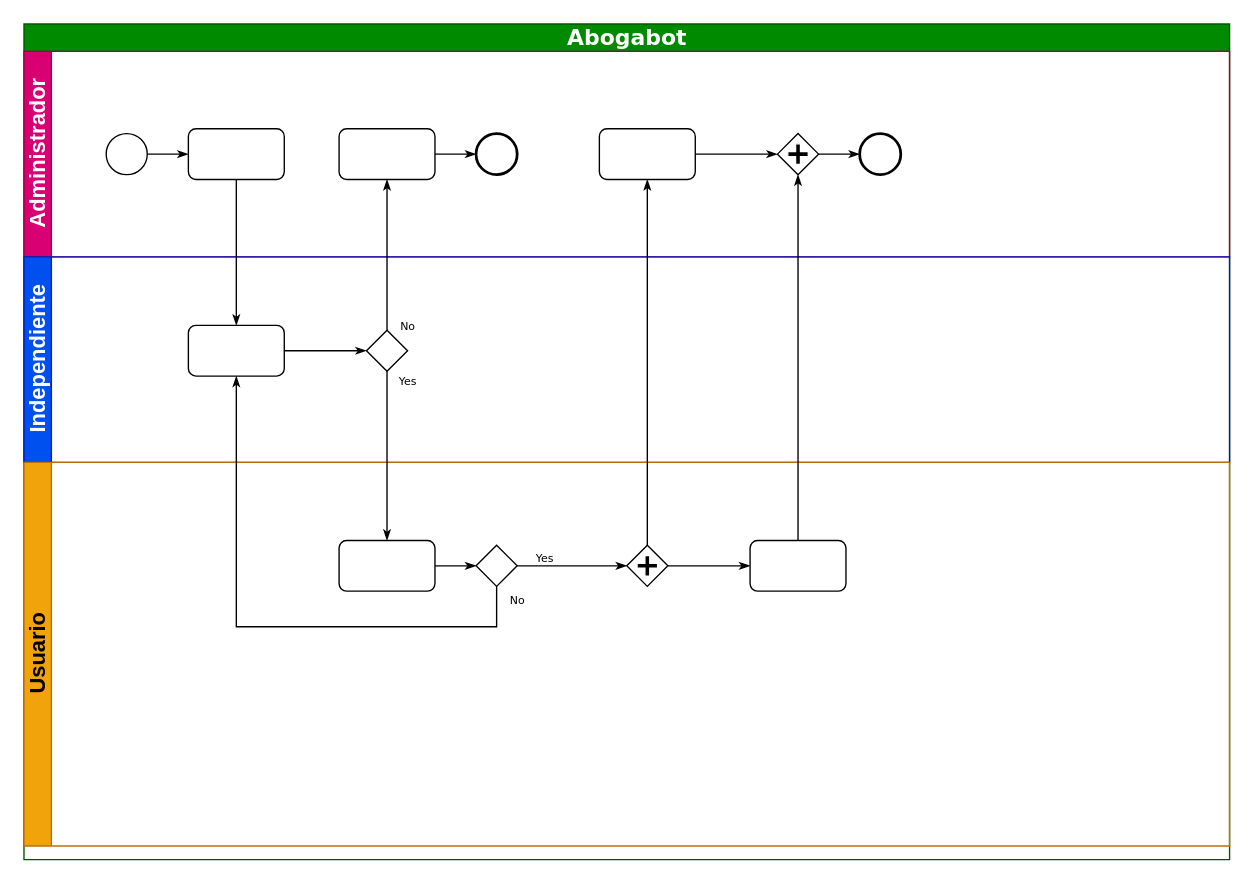
Above: 01 Programación FrontEnd/01 Toma de requerimientos/Diagrama.drawio in AlamMancera/Mision_FrontEnd (draw.io), before the change. Source tidied: cells renumbered, new cells numbered last; positions are measured from the earlier drawing's top-left corner, leaving out a move shared by most shapes. Both pictures are drawn from the tidied source at 137%, with x=0, y=0 at pixel (23, 23).
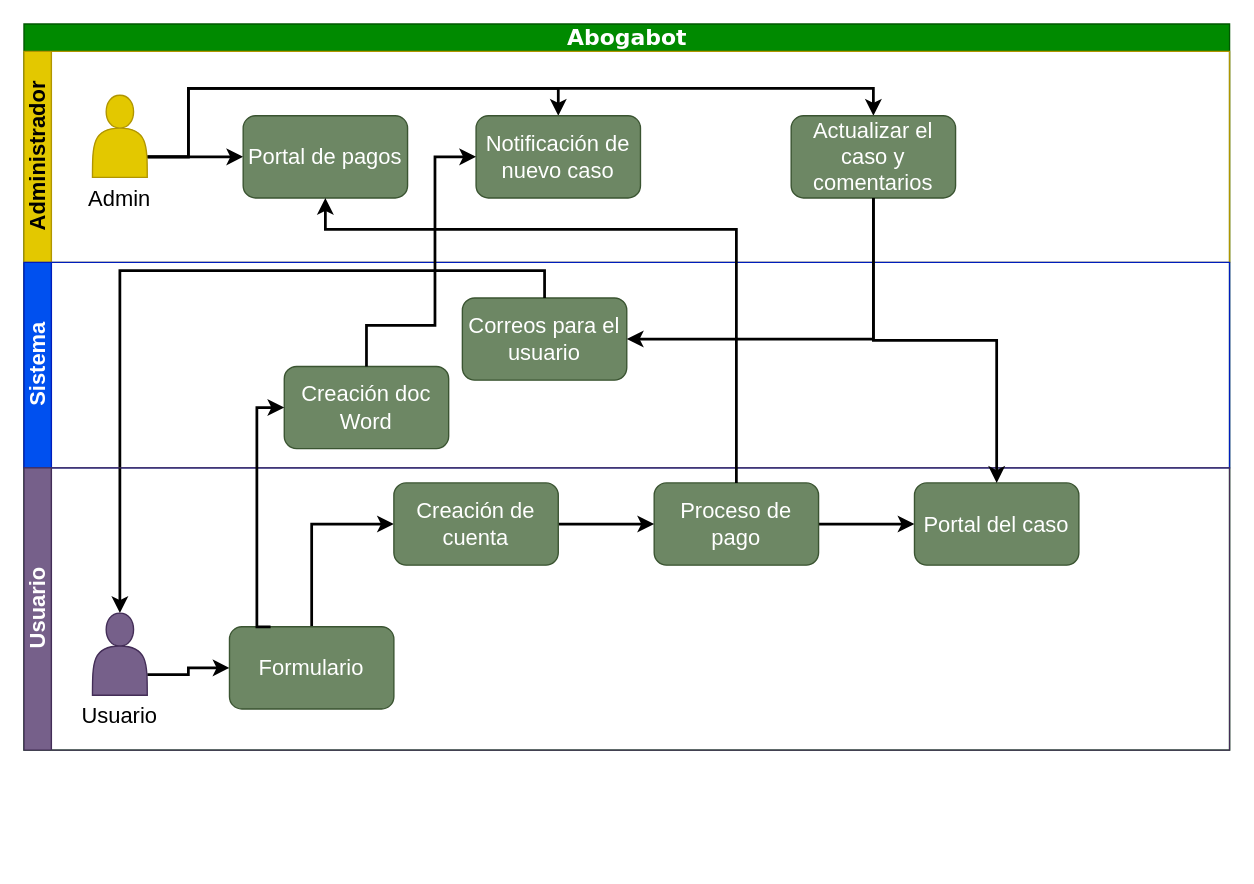
The same page after the edit.

Diff of the diagram source:
```diff
@@
     <mxCell id="2" value="&lt;font style=&quot;font-size: 16px&quot;&gt;Abogabot&lt;/font&gt;" style="swimlane;html=1;horizontal=1;startSize=20;rounded=0;shadow=0;labelBackgroundColor=none;strokeWidth=1;fontFamily=Verdana;fontSize=12;align=center;fillColor=#008a00;fontColor=#ffffff;strokeColor=#005700;" parent="1" vertex="1">
-      <mxGeometry width="880" height="610" as="geometry" />
+      <mxGeometry width="880" height="530" as="geometry" />
     </mxCell>
-    <mxCell id="3" value="&lt;font style=&quot;font-size: 16px&quot;&gt;Administrador&lt;/font&gt;" style="swimlane;html=1;startSize=20;horizontal=0;fillColor=#d80073;fontColor=#ffffff;strokeColor=#A50040;" parent="2" vertex="1">
-      <mxGeometry y="20" width="880" height="150" as="geometry" />
+    <mxCell id="3" value="&lt;font style=&quot;font-size: 16px&quot;&gt;Administrador&lt;/font&gt;" style="swimlane;html=1;startSize=20;horizontal=0;fillColor=#e3c800;fontColor=#000000;strokeColor=#B09500;" parent="2" vertex="1">
+      <mxGeometry y="20" width="880" height="154" as="geometry" />
     </mxCell>
-    <mxCell id="4" style="edgeStyle=orthogonalEdgeStyle;rounded=0;html=1;labelBackgroundColor=none;startArrow=none;startFill=0;startSize=5;endArrow=classicThin;endFill=1;endSize=5;jettySize=auto;strokeWidth=1;fontFamily=Verdana;fontSize=8;" parent="3" edge="1" source="5" target="6">
-      <mxGeometry relative="1" as="geometry" />
-    </mxCell>
-    <mxCell id="5" style="ellipse;whiteSpace=wrap;html=1;rounded=0;shadow=0;labelBackgroundColor=none;strokeWidth=1;fontFamily=Verdana;fontSize=8;align=center;" parent="3" vertex="1">
-      <mxGeometry x="60" y="60" width="30" height="30" as="geometry" />
-    </mxCell>
-    <mxCell id="6" style="rounded=1;whiteSpace=wrap;html=1;shadow=0;labelBackgroundColor=none;strokeWidth=1;fontFamily=Verdana;fontSize=8;align=center;" parent="3" vertex="1">
-      <mxGeometry x="120" y="56.5" width="70" height="37" as="geometry" />
-    </mxCell>
-    <mxCell id="7" style="edgeStyle=orthogonalEdgeStyle;rounded=0;html=1;labelBackgroundColor=none;startArrow=none;startFill=0;startSize=5;endArrow=classicThin;endFill=1;endSize=5;jettySize=auto;strokeWidth=1;fontFamily=Verdana;fontSize=8;" parent="3" edge="1" source="8" target="9">
-      <mxGeometry relative="1" as="geometry" />
-    </mxCell>
-    <mxCell id="8" style="rounded=1;whiteSpace=wrap;html=1;shadow=0;labelBackgroundColor=none;strokeWidth=1;fontFamily=Verdana;fontSize=8;align=center;" parent="3" vertex="1">
-      <mxGeometry x="230" y="56.5" width="70" height="37" as="geometry" />
-    </mxCell>
-    <mxCell id="9" style="ellipse;whiteSpace=wrap;html=1;rounded=0;shadow=0;labelBackgroundColor=none;strokeWidth=2;fontFamily=Verdana;fontSize=8;align=center;" parent="3" vertex="1">
-      <mxGeometry x="330" y="60" width="30" height="30" as="geometry" />
-    </mxCell>
-    <mxCell id="10" style="edgeStyle=orthogonalEdgeStyle;rounded=0;html=1;entryX=0;entryY=0.5;labelBackgroundColor=none;startArrow=none;startFill=0;startSize=5;endArrow=classicThin;endFill=1;endSize=5;jettySize=auto;strokeWidth=1;fontFamily=Verdana;fontSize=8;" parent="3" edge="1" source="11" target="13">
-      <mxGeometry relative="1" as="geometry" />
-    </mxCell>
-    <mxCell id="11" style="rounded=1;whiteSpace=wrap;html=1;shadow=0;labelBackgroundColor=none;strokeWidth=1;fontFamily=Verdana;fontSize=8;align=center;" parent="3" vertex="1">
-      <mxGeometry x="420" y="56.5" width="70" height="37" as="geometry" />
-    </mxCell>
-    <mxCell id="12" style="edgeStyle=orthogonalEdgeStyle;rounded=0;html=1;labelBackgroundColor=none;startArrow=none;startFill=0;startSize=5;endArrow=classicThin;endFill=1;endSize=5;jettySize=auto;strokeWidth=1;fontFamily=Verdana;fontSize=8;" parent="3" edge="1" source="13" target="14">
-      <mxGeometry relative="1" as="geometry" />
-    </mxCell>
-    <mxCell id="13" style="shape=mxgraph.bpmn.shape;html=1;verticalLabelPosition=bottom;labelBackgroundColor=#ffffff;verticalAlign=top;perimeter=rhombusPerimeter;background=gateway;outline=none;symbol=parallelGw;rounded=1;shadow=0;strokeWidth=1;fontFamily=Verdana;fontSize=8;align=center;" parent="3" vertex="1">
-      <mxGeometry x="550" y="60" width="30" height="30" as="geometry" />
-    </mxCell>
-    <mxCell id="14" style="ellipse;whiteSpace=wrap;html=1;rounded=0;shadow=0;labelBackgroundColor=none;strokeWidth=2;fontFamily=Verdana;fontSize=8;align=center;" parent="3" vertex="1">
-      <mxGeometry x="610" y="60" width="30" height="30" as="geometry" />
-    </mxCell>
+    <mxCell id="33" style="edgeStyle=orthogonalEdgeStyle;rounded=0;jettySize=auto;html=1;exitX=1;exitY=0.75;exitDx=0;exitDy=0;entryX=0;entryY=0.5;entryDx=0;entryDy=0;fontSize=16;strokeWidth=2;" parent="3" edge="1" source="36" target="38">
+      <mxGeometry relative="1" as="geometry" />
+    </mxCell>
+    <mxCell id="34" style="edgeStyle=orthogonalEdgeStyle;rounded=0;jettySize=auto;html=1;exitX=1;exitY=0.75;exitDx=0;exitDy=0;entryX=0.5;entryY=0;entryDx=0;entryDy=0;fontSize=16;strokeWidth=2;" parent="3" edge="1" source="36" target="39">
+      <mxGeometry relative="1" as="geometry">
+        <Array as="points">
+          <mxPoint x="120" y="77" />
+          <mxPoint x="120" y="27" />
+          <mxPoint x="390" y="27" />
+        </Array>
+      </mxGeometry>
+    </mxCell>
+    <mxCell id="35" style="edgeStyle=orthogonalEdgeStyle;rounded=0;jettySize=auto;html=1;exitX=1;exitY=0.75;exitDx=0;exitDy=0;entryX=0.5;entryY=0;entryDx=0;entryDy=0;fontSize=16;strokeWidth=2;" parent="3" edge="1" source="36" target="40">
+      <mxGeometry relative="1" as="geometry">
+        <Array as="points">
+          <mxPoint x="120" y="77" />
+          <mxPoint x="120" y="27" />
+          <mxPoint x="620" y="27" />
+        </Array>
+      </mxGeometry>
+    </mxCell>
+    <mxCell id="36" style="shape=actor;whiteSpace=wrap;html=1;fontSize=16;fillColor=#e3c800;fontColor=#000000;strokeColor=#B09500;" parent="3" vertex="1">
+      <mxGeometry x="50" y="32" width="40" height="60" as="geometry" />
+    </mxCell>
+    <mxCell id="37" value="Admin" style="text;html=1;strokeColor=none;fillColor=none;align=center;verticalAlign=middle;whiteSpace=wrap;rounded=0;fontSize=16;" parent="3" vertex="1">
+      <mxGeometry x="40" y="92" width="60" height="30" as="geometry" />
+    </mxCell>
+    <mxCell id="38" value="Portal de pagos" style="rounded=1;whiteSpace=wrap;html=1;fontSize=16;fillColor=#6d8764;fontColor=#ffffff;strokeColor=#3A5431;" parent="3" vertex="1">
+      <mxGeometry x="160" y="47" width="120" height="60" as="geometry" />
+    </mxCell>
+    <mxCell id="39" value="Notificación de nuevo caso" style="rounded=1;whiteSpace=wrap;html=1;fontSize=16;fillColor=#6d8764;fontColor=#ffffff;strokeColor=#3A5431;" parent="3" vertex="1">
+      <mxGeometry x="330" y="47" width="120" height="60" as="geometry" />
+    </mxCell>
+    <mxCell id="40" value="Actualizar el caso y comentarios" style="rounded=1;whiteSpace=wrap;html=1;fontSize=16;fillColor=#6d8764;fontColor=#ffffff;strokeColor=#3A5431;" parent="3" vertex="1">
+      <mxGeometry x="560" y="47" width="120" height="60" as="geometry" />
+    </mxCell>
-    <mxCell id="15" value="&lt;font style=&quot;font-size: 16px&quot;&gt;Independiente&lt;/font&gt;" style="swimlane;html=1;startSize=20;horizontal=0;fillColor=#0050ef;fontColor=#ffffff;strokeColor=#001DBC;" parent="2" vertex="1">
-      <mxGeometry y="170" width="880" height="150" as="geometry" />
+    <mxCell id="15" value="&lt;font style=&quot;font-size: 16px&quot;&gt;Sistema&lt;/font&gt;" style="swimlane;html=1;startSize=20;horizontal=0;fillColor=#0050ef;fontColor=#ffffff;strokeColor=#001DBC;" parent="2" vertex="1">
+      <mxGeometry y="174" width="880" height="150" as="geometry" />
     </mxCell>
-    <mxCell id="16" style="edgeStyle=orthogonalEdgeStyle;rounded=0;html=1;labelBackgroundColor=none;startArrow=none;startFill=0;startSize=5;endArrow=classicThin;endFill=1;endSize=5;jettySize=auto;strokeWidth=1;fontFamily=Verdana;fontSize=8;" parent="15" edge="1" source="17" target="18">
-      <mxGeometry relative="1" as="geometry" />
-    </mxCell>
-    <mxCell id="17" style="rounded=1;whiteSpace=wrap;html=1;shadow=0;labelBackgroundColor=none;strokeWidth=1;fontFamily=Verdana;fontSize=8;align=center;" parent="15" vertex="1">
-      <mxGeometry x="120" y="50" width="70" height="37" as="geometry" />
-    </mxCell>
-    <mxCell id="18" style="strokeWidth=1;html=1;shape=mxgraph.flowchart.decision;whiteSpace=wrap;rounded=1;shadow=0;labelBackgroundColor=none;fontFamily=Verdana;fontSize=8;align=center;" parent="15" vertex="1">
-      <mxGeometry x="250" y="53.5" width="30" height="30" as="geometry" />
-    </mxCell>
+    <mxCell id="41" value="Creación doc Word" style="rounded=1;whiteSpace=wrap;html=1;fontSize=16;fillColor=#6d8764;fontColor=#ffffff;strokeColor=#3A5431;" parent="15" vertex="1">
+      <mxGeometry x="190" y="76" width="120" height="60" as="geometry" />
+    </mxCell>
+    <mxCell id="42" value="Correos para el usuario" style="rounded=1;whiteSpace=wrap;html=1;fontSize=16;fillColor=#6d8764;fontColor=#ffffff;strokeColor=#3A5431;" parent="15" vertex="1">
+      <mxGeometry x="320" y="26" width="120" height="60" as="geometry" />
+    </mxCell>
+    <mxCell id="43" style="edgeStyle=orthogonalEdgeStyle;rounded=0;jettySize=auto;html=1;exitX=0.5;exitY=0;exitDx=0;exitDy=0;entryX=0.5;entryY=0;entryDx=0;entryDy=0;fontSize=16;strokeWidth=2;" parent="2" edge="1" source="42" target="45">
+      <mxGeometry relative="1" as="geometry" />
+    </mxCell>
-    <mxCell id="19" value="&lt;font style=&quot;font-size: 16px&quot;&gt;Usuario&lt;/font&gt;" style="swimlane;html=1;startSize=20;horizontal=0;fillColor=#f0a30a;fontColor=#000000;strokeColor=#BD7000;" parent="2" vertex="1">
-      <mxGeometry y="320" width="880" height="280" as="geometry" />
+    <mxCell id="19" value="&lt;font style=&quot;font-size: 16px&quot;&gt;Usuario&lt;/font&gt;" style="swimlane;html=1;startSize=20;horizontal=0;fillColor=#76608a;fontColor=#ffffff;strokeColor=#432D57;" parent="2" vertex="1">
+      <mxGeometry y="324" width="880" height="206" as="geometry" />
     </mxCell>
-    <mxCell id="20" style="edgeStyle=orthogonalEdgeStyle;rounded=0;html=1;labelBackgroundColor=none;startArrow=none;startFill=0;startSize=5;endArrow=classicThin;endFill=1;endSize=5;jettySize=auto;strokeWidth=1;fontFamily=Verdana;fontSize=8;" parent="19" edge="1" source="21" target="23">
-      <mxGeometry relative="1" as="geometry" />
-    </mxCell>
-    <mxCell id="21" style="rounded=1;whiteSpace=wrap;html=1;shadow=0;labelBackgroundColor=none;strokeWidth=1;fontFamily=Verdana;fontSize=8;align=center;" parent="19" vertex="1">
-      <mxGeometry x="230" y="57" width="70" height="37" as="geometry" />
-    </mxCell>
-    <mxCell id="22" value="Yes" style="edgeStyle=orthogonalEdgeStyle;rounded=0;html=1;entryX=0;entryY=0.5;labelBackgroundColor=none;startArrow=none;startFill=0;startSize=5;endArrow=classicThin;endFill=1;endSize=5;jettySize=auto;strokeWidth=1;fontFamily=Verdana;fontSize=8;" parent="19" edge="1" source="23" target="25">
-      <mxGeometry x="-0.5" y="6" relative="1" as="geometry" />
-    </mxCell>
-    <mxCell id="23" style="strokeWidth=1;html=1;shape=mxgraph.flowchart.decision;whiteSpace=wrap;rounded=1;shadow=0;labelBackgroundColor=none;fontFamily=Verdana;fontSize=8;align=center;" parent="19" vertex="1">
-      <mxGeometry x="330" y="60.5" width="30" height="30" as="geometry" />
-    </mxCell>
-    <mxCell id="24" style="edgeStyle=orthogonalEdgeStyle;rounded=0;html=1;labelBackgroundColor=none;startArrow=none;startFill=0;startSize=5;endArrow=classicThin;endFill=1;endSize=5;jettySize=auto;strokeColor=#000000;strokeWidth=1;fontFamily=Verdana;fontSize=8;fontColor=#000000;" parent="19" edge="1" source="25" target="26">
-      <mxGeometry relative="1" as="geometry" />
-    </mxCell>
-    <mxCell id="25" style="shape=mxgraph.bpmn.shape;html=1;verticalLabelPosition=bottom;labelBackgroundColor=#ffffff;verticalAlign=top;perimeter=rhombusPerimeter;background=gateway;outline=none;symbol=parallelGw;rounded=1;shadow=0;strokeWidth=1;fontFamily=Verdana;fontSize=8;align=center;" parent="19" vertex="1">
-      <mxGeometry x="440" y="60.5" width="30" height="30" as="geometry" />
-    </mxCell>
-    <mxCell id="26" style="rounded=1;whiteSpace=wrap;html=1;shadow=0;labelBackgroundColor=none;strokeWidth=1;fontFamily=Verdana;fontSize=8;align=center;" parent="19" vertex="1">
-      <mxGeometry x="530" y="57" width="70" height="37" as="geometry" />
-    </mxCell>
-    <mxCell id="27" style="edgeStyle=orthogonalEdgeStyle;rounded=0;html=1;labelBackgroundColor=none;startArrow=none;startFill=0;startSize=5;endArrow=classicThin;endFill=1;endSize=5;jettySize=auto;strokeWidth=1;fontFamily=Verdana;fontSize=8;" parent="2" edge="1" source="6" target="17">
-      <mxGeometry relative="1" as="geometry" />
-    </mxCell>
-    <mxCell id="28" value="No" style="edgeStyle=orthogonalEdgeStyle;rounded=0;html=1;labelBackgroundColor=none;startArrow=none;startFill=0;startSize=5;endArrow=classicThin;endFill=1;endSize=5;jettySize=auto;strokeWidth=1;fontFamily=Verdana;fontSize=8;" parent="2" edge="1" source="18" target="8">
-      <mxGeometry x="-0.94" y="-15" relative="1" as="geometry" />
-    </mxCell>
-    <mxCell id="29" value="Yes" style="edgeStyle=orthogonalEdgeStyle;rounded=0;html=1;labelBackgroundColor=none;startArrow=none;startFill=0;startSize=5;endArrow=classicThin;endFill=1;endSize=5;jettySize=auto;strokeWidth=1;fontFamily=Verdana;fontSize=8;" parent="2" edge="1" source="18" target="21">
-      <mxGeometry x="-0.89" y="15" relative="1" as="geometry" />
-    </mxCell>
-    <mxCell id="30" style="edgeStyle=orthogonalEdgeStyle;rounded=0;html=1;entryX=0.5;entryY=1;labelBackgroundColor=none;startArrow=none;startFill=0;startSize=5;endArrow=classicThin;endFill=1;endSize=5;jettySize=auto;strokeWidth=1;fontFamily=Verdana;fontSize=8;" parent="2" edge="1" source="26" target="13">
-      <mxGeometry relative="1" as="geometry" />
-    </mxCell>
-    <mxCell id="31" value="No" style="edgeStyle=orthogonalEdgeStyle;rounded=0;html=1;labelBackgroundColor=none;startArrow=none;startFill=0;startSize=5;endArrow=classicThin;endFill=1;endSize=5;jettySize=auto;strokeWidth=1;fontFamily=Verdana;fontSize=8;" parent="2" edge="1" source="23" target="17">
-      <mxGeometry x="-0.95" y="15" relative="1" as="geometry">
-        <Array as="points">
-          <mxPoint x="345" y="440" />
-          <mxPoint x="155" y="440" />
-        </Array>
-      </mxGeometry>
-    </mxCell>
-    <mxCell id="32" style="edgeStyle=orthogonalEdgeStyle;rounded=0;html=1;labelBackgroundColor=none;startArrow=none;startFill=0;startSize=5;endArrow=classicThin;endFill=1;endSize=5;jettySize=auto;strokeWidth=1;fontFamily=Verdana;fontSize=8;" parent="2" edge="1" source="25" target="11">
-      <mxGeometry relative="1" as="geometry" />
-    </mxCell>
+    <mxCell id="44" style="edgeStyle=orthogonalEdgeStyle;rounded=0;jettySize=auto;html=1;exitX=1;exitY=0.75;exitDx=0;exitDy=0;entryX=0;entryY=0.5;entryDx=0;entryDy=0;fontSize=16;strokeWidth=2;" parent="19" edge="1" source="45" target="48">
+      <mxGeometry relative="1" as="geometry" />
+    </mxCell>
+    <mxCell id="45" style="shape=actor;whiteSpace=wrap;html=1;fontSize=16;fillColor=#76608a;fontColor=#ffffff;strokeColor=#432D57;" parent="19" vertex="1">
+      <mxGeometry x="50" y="106" width="40" height="60" as="geometry" />
+    </mxCell>
+    <mxCell id="46" value="Usuario" style="text;html=1;strokeColor=none;fillColor=none;align=center;verticalAlign=middle;whiteSpace=wrap;rounded=0;fontSize=16;" parent="19" vertex="1">
+      <mxGeometry x="40" y="166" width="60" height="30" as="geometry" />
+    </mxCell>
+    <mxCell id="47" style="edgeStyle=orthogonalEdgeStyle;rounded=0;jettySize=auto;html=1;entryX=0;entryY=0.5;entryDx=0;entryDy=0;fontSize=16;strokeWidth=2;" parent="19" edge="1" source="48" target="53">
+      <mxGeometry relative="1" as="geometry" />
+    </mxCell>
+    <mxCell id="48" value="Formulario" style="rounded=1;whiteSpace=wrap;html=1;fontSize=16;fillColor=#6d8764;fontColor=#ffffff;strokeColor=#3A5431;" parent="19" vertex="1">
+      <mxGeometry x="150" y="116" width="120" height="60" as="geometry" />
+    </mxCell>
+    <mxCell id="49" style="edgeStyle=orthogonalEdgeStyle;rounded=0;jettySize=auto;html=1;exitX=1;exitY=0.5;exitDx=0;exitDy=0;entryX=0;entryY=0.5;entryDx=0;entryDy=0;fontSize=16;strokeWidth=2;" parent="19" edge="1" source="50" target="51">
+      <mxGeometry relative="1" as="geometry" />
+    </mxCell>
+    <mxCell id="50" value="Proceso de pago" style="rounded=1;whiteSpace=wrap;html=1;fontSize=16;fillColor=#6d8764;fontColor=#ffffff;strokeColor=#3A5431;" parent="19" vertex="1">
+      <mxGeometry x="460" y="11" width="120" height="60" as="geometry" />
+    </mxCell>
+    <mxCell id="51" value="Portal del caso" style="rounded=1;whiteSpace=wrap;html=1;fontSize=16;fillColor=#6d8764;fontColor=#ffffff;strokeColor=#3A5431;" parent="19" vertex="1">
+      <mxGeometry x="650" y="11" width="120" height="60" as="geometry" />
+    </mxCell>
+    <mxCell id="52" style="edgeStyle=orthogonalEdgeStyle;rounded=0;jettySize=auto;html=1;exitX=1;exitY=0.5;exitDx=0;exitDy=0;fontSize=16;strokeWidth=2;" parent="19" edge="1" source="53" target="50">
+      <mxGeometry relative="1" as="geometry" />
+    </mxCell>
+    <mxCell id="53" value="Creación de cuenta" style="rounded=1;whiteSpace=wrap;html=1;fontSize=16;fillColor=#6d8764;fontColor=#ffffff;strokeColor=#3A5431;" parent="19" vertex="1">
+      <mxGeometry x="270" y="11" width="120" height="60" as="geometry" />
+    </mxCell>
+    <mxCell id="54" style="edgeStyle=orthogonalEdgeStyle;rounded=0;jettySize=auto;html=1;exitX=0.5;exitY=0;exitDx=0;exitDy=0;entryX=0.5;entryY=1;entryDx=0;entryDy=0;fontSize=16;strokeWidth=2;" parent="2" edge="1" source="50" target="38">
+      <mxGeometry relative="1" as="geometry">
+        <Array as="points">
+          <mxPoint x="520" y="150" />
+          <mxPoint x="220" y="150" />
+        </Array>
+      </mxGeometry>
+    </mxCell>
+    <mxCell id="55" style="edgeStyle=orthogonalEdgeStyle;rounded=0;jettySize=auto;html=1;exitX=0.25;exitY=0;exitDx=0;exitDy=0;entryX=0;entryY=0.5;entryDx=0;entryDy=0;fontSize=16;strokeWidth=2;" parent="2" edge="1" source="48" target="41">
+      <mxGeometry relative="1" as="geometry">
+        <Array as="points">
+          <mxPoint x="170" y="440" />
+          <mxPoint x="170" y="280" />
+        </Array>
+      </mxGeometry>
+    </mxCell>
+    <mxCell id="56" style="edgeStyle=orthogonalEdgeStyle;rounded=0;jettySize=auto;html=1;exitX=0.5;exitY=0;exitDx=0;exitDy=0;entryX=0;entryY=0.5;entryDx=0;entryDy=0;fontSize=16;strokeWidth=2;" parent="2" edge="1" source="41" target="39">
+      <mxGeometry relative="1" as="geometry">
+        <Array as="points">
+          <mxPoint x="250" y="220" />
+          <mxPoint x="300" y="220" />
+          <mxPoint x="300" y="97" />
+        </Array>
+      </mxGeometry>
+    </mxCell>
+    <mxCell id="57" style="edgeStyle=orthogonalEdgeStyle;rounded=0;jettySize=auto;html=1;exitX=0.5;exitY=1;exitDx=0;exitDy=0;entryX=1;entryY=0.5;entryDx=0;entryDy=0;fontSize=16;strokeWidth=2;" parent="2" edge="1" source="40" target="42">
+      <mxGeometry relative="1" as="geometry" />
+    </mxCell>
+    <mxCell id="58" style="edgeStyle=orthogonalEdgeStyle;rounded=0;jettySize=auto;html=1;exitX=0.5;exitY=1;exitDx=0;exitDy=0;fontSize=16;strokeWidth=2;" parent="2" edge="1" source="40" target="51">
+      <mxGeometry relative="1" as="geometry" />
+    </mxCell>
```
